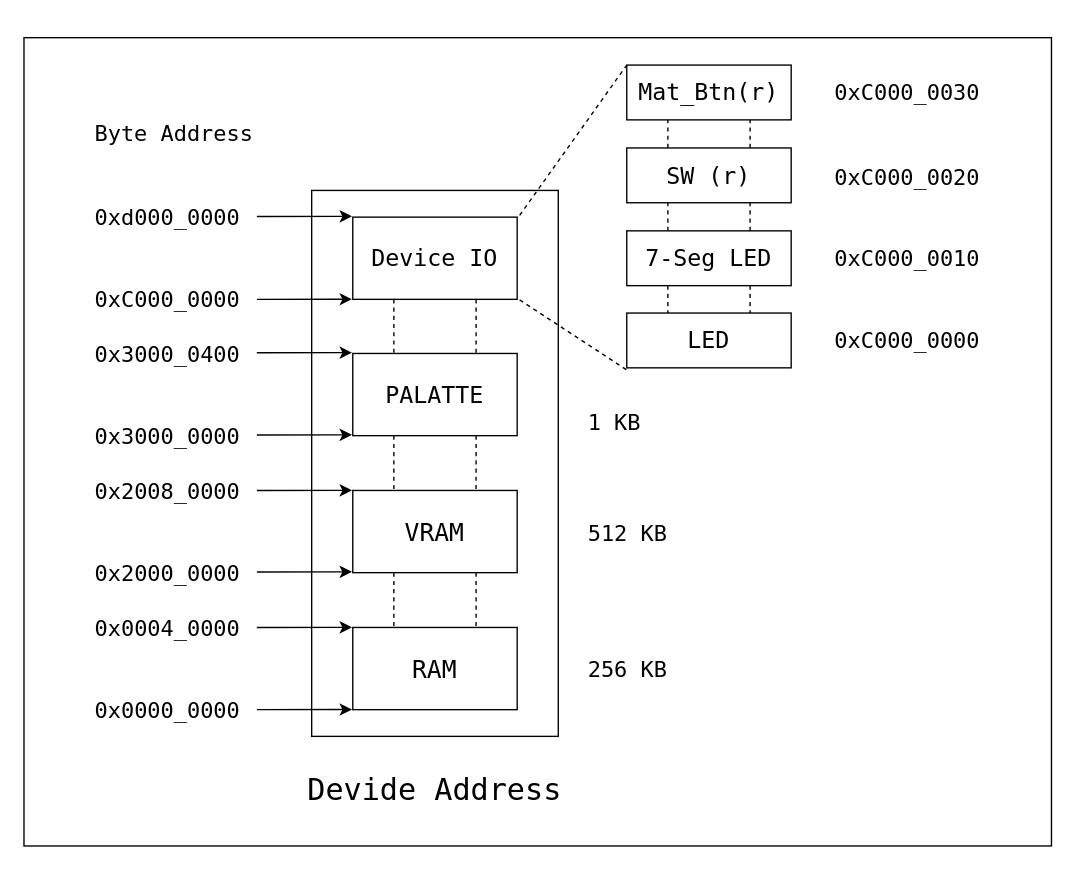
Before: img/device_addr.drawio in kzwrime/priscv, a draw.io diagram. Source tidied: cells renumbered, new cells numbered last; positions are measured from the earlier drawing's top-left corner, leaving out a move shared by most shapes. Both pictures are drawn from the tidied source at 137%, with x=0, y=0 at pixel (23, 37).
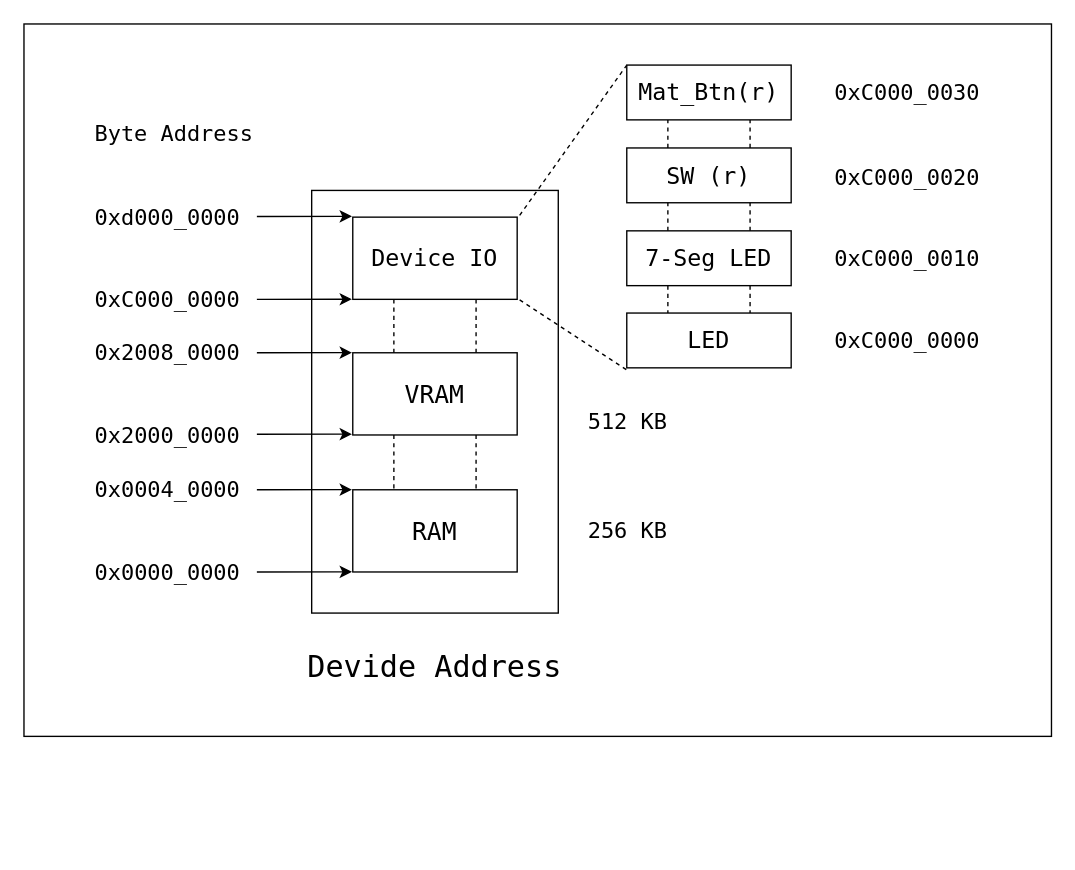
The same diagram, later.

Unchanged cells that the change refers to:
```xml
<mxCell id="10" value="Device IO" style="rounded=0;whiteSpace=wrap;html=1;fontSize=17;fontFamily=Lucida Console;" parent="1" vertex="1">
  <mxGeometry x="240" y="131" width="120" height="60" as="geometry" />
</mxCell>
```

What changed in the source:
```diff
@@
     <mxCell id="2" style="rounded=0;whiteSpace=wrap;html=1;labelBackgroundColor=none;fontColor=#f0f0f0;" parent="1" vertex="1">
-      <mxGeometry width="750" height="590" as="geometry" />
+      <mxGeometry y="-10" width="750" height="520" as="geometry" />
     </mxCell>
     <mxCell id="3" style="rounded=0;whiteSpace=wrap;html=1;fontSize=17;fillColor=none;fontFamily=Lucida Console;" parent="1" vertex="1">
-      <mxGeometry x="210" y="111.5" width="180" height="398.5" as="geometry" />
+      <mxGeometry x="210" y="111.5" width="180" height="308.5" as="geometry" />
     </mxCell>
     <mxCell id="4" value="RAM" style="rounded=0;whiteSpace=wrap;html=1;fontSize=18;fontFamily=Lucida Console;" parent="1" vertex="1">
-      <mxGeometry x="240" y="430.5" width="120" height="60" as="geometry" />
+      <mxGeometry x="240" y="330" width="120" height="60" as="geometry" />
     </mxCell>
     <mxCell id="5" value="VRAM" style="rounded=0;whiteSpace=wrap;html=1;fontSize=18;fontFamily=Lucida Console;" parent="1" vertex="1">
-      <mxGeometry x="240" y="330.5" width="120" height="60" as="geometry" />
+      <mxGeometry x="240" y="230" width="120" height="60" as="geometry" />
     </mxCell>
-    <mxCell id="6" value="PALATTE" style="rounded=0;whiteSpace=wrap;html=1;fontSize=17;fontFamily=Lucida Console;" parent="1" vertex="1">
-      <mxGeometry x="240" y="230.5" width="120" height="60" as="geometry" />
-    </mxCell>
@@
-    <mxCell id="13" style="endArrow=none;dashed=1;html=1;fontSize=17;exitX=0.25;exitY=1;exitDx=0;exitDy=0;entryX=0.25;entryY=0;entryDx=0;entryDy=0;fontFamily=Lucida Console;" parent="1" edge="1" source="6" target="5">
-      <mxGeometry relative="1" as="geometry" />
-    </mxCell>
-    <mxCell id="14" style="endArrow=none;dashed=1;html=1;fontSize=17;exitX=0.75;exitY=1;exitDx=0;exitDy=0;entryX=0.75;entryY=0;entryDx=0;entryDy=0;fontFamily=Lucida Console;" parent="1" edge="1" source="6" target="5">
-      <mxGeometry relative="1" as="geometry" />
-    </mxCell>
-    <mxCell id="15" style="endArrow=none;dashed=1;html=1;fontSize=17;exitX=0.25;exitY=1;exitDx=0;exitDy=0;entryX=0.25;entryY=0;entryDx=0;entryDy=0;fontFamily=Lucida Console;" parent="1" edge="1" source="10" target="6">
-      <mxGeometry relative="1" as="geometry" />
+    <mxCell id="15" style="endArrow=none;dashed=1;html=1;fontSize=17;exitX=0.25;exitY=1;exitDx=0;exitDy=0;entryX=0.25;entryY=0;entryDx=0;entryDy=0;fontFamily=Lucida Console;" parent="1" edge="1" source="10">
+      <mxGeometry relative="1" as="geometry">
+        <mxPoint x="270" y="230.5" as="targetPoint" />
+      </mxGeometry>
     </mxCell>
-    <mxCell id="16" style="endArrow=none;dashed=1;html=1;fontSize=17;entryX=0.75;entryY=0;entryDx=0;entryDy=0;exitX=0.75;exitY=1;exitDx=0;exitDy=0;fontFamily=Lucida Console;" parent="1" edge="1" source="10" target="6">
-      <mxGeometry relative="1" as="geometry" />
+    <mxCell id="16" style="endArrow=none;dashed=1;html=1;fontSize=17;entryX=0.75;entryY=0;entryDx=0;entryDy=0;exitX=0.75;exitY=1;exitDx=0;exitDy=0;fontFamily=Lucida Console;" parent="1" edge="1" source="10">
+      <mxGeometry relative="1" as="geometry">
+        <mxPoint x="330" y="230.5" as="targetPoint" />
+      </mxGeometry>
     </mxCell>
@@
     <mxCell id="23" value="&lt;font style=&quot;font-size: 16px&quot;&gt;0x0000_0000&lt;/font&gt;" style="text;html=1;strokeColor=none;fillColor=none;align=center;verticalAlign=middle;whiteSpace=wrap;rounded=0;fontSize=16;fontFamily=Lucida Console;" parent="1" vertex="1">
-      <mxGeometry x="20" y="480.5" width="170" height="20" as="geometry" />
+      <mxGeometry x="20" y="380" width="170" height="20" as="geometry" />
     </mxCell>
     <mxCell id="24" value="&lt;font style=&quot;font-size: 16px&quot;&gt;0x0004_0000&lt;/font&gt;" style="text;html=1;strokeColor=none;fillColor=none;align=center;verticalAlign=middle;whiteSpace=wrap;rounded=0;fontSize=16;fontFamily=Lucida Console;" parent="1" vertex="1">
-      <mxGeometry x="20" y="420.5" width="170" height="20" as="geometry" />
+      <mxGeometry x="20" y="320" width="170" height="20" as="geometry" />
     </mxCell>
     <mxCell id="25" value="&lt;font style=&quot;font-size: 16px;&quot;&gt;0x2000_0000&lt;/font&gt;" style="text;html=1;strokeColor=none;fillColor=none;align=center;verticalAlign=middle;whiteSpace=wrap;rounded=0;fontSize=16;fontFamily=Lucida Console;" parent="1" vertex="1">
-      <mxGeometry x="20" y="380.5" width="170" height="20" as="geometry" />
+      <mxGeometry x="20" y="280" width="170" height="20" as="geometry" />
     </mxCell>
     <mxCell id="26" value="&lt;font style=&quot;font-size: 16px;&quot;&gt;0x2008_0000&lt;/font&gt;" style="text;html=1;strokeColor=none;fillColor=none;align=center;verticalAlign=middle;whiteSpace=wrap;rounded=0;fontSize=16;fontFamily=Lucida Console;" parent="1" vertex="1">
-      <mxGeometry x="20" y="320.5" width="170" height="20" as="geometry" />
+      <mxGeometry x="20" y="220" width="170" height="20" as="geometry" />
     </mxCell>
-    <mxCell id="27" value="&lt;font style=&quot;font-size: 16px;&quot;&gt;0x3000_0000&lt;/font&gt;" style="text;html=1;strokeColor=none;fillColor=none;align=center;verticalAlign=middle;whiteSpace=wrap;rounded=0;fontSize=16;fontFamily=Lucida Console;" parent="1" vertex="1">
-      <mxGeometry x="20" y="280.5" width="170" height="20" as="geometry" />
-    </mxCell>
-    <mxCell id="28" value="&lt;font style=&quot;font-size: 16px;&quot;&gt;0x3000_0400&lt;/font&gt;" style="text;html=1;strokeColor=none;fillColor=none;align=center;verticalAlign=middle;whiteSpace=wrap;rounded=0;fontSize=16;fontFamily=Lucida Console;" parent="1" vertex="1">
-      <mxGeometry x="20" y="220.5" width="170" height="20" as="geometry" />
-    </mxCell>
@@
-    <mxCell id="31" style="endArrow=classic;html=1;fontSize=17;exitX=1;exitY=0.5;exitDx=0;exitDy=0;entryX=-0.005;entryY=0.998;entryDx=0;entryDy=0;entryPerimeter=0;fontFamily=Lucida Console;" parent="1" edge="1">
-      <mxGeometry relative="1" as="geometry">
-        <mxPoint x="170" y="230" as="sourcePoint" />
-        <mxPoint x="239.4" y="229.9" as="targetPoint" />
-      </mxGeometry>
-    </mxCell>
-    <mxCell id="32" style="endArrow=classic;html=1;fontSize=17;exitX=1;exitY=0.5;exitDx=0;exitDy=0;entryX=-0.005;entryY=0.998;entryDx=0;entryDy=0;entryPerimeter=0;fontFamily=Lucida Console;" parent="1" edge="1">
-      <mxGeometry relative="1" as="geometry">
-        <mxPoint x="170" y="290" as="sourcePoint" />
-        <mxPoint x="239.4" y="289.9" as="targetPoint" />
-      </mxGeometry>
-    </mxCell>
     <mxCell id="33" style="endArrow=classic;html=1;fontSize=17;exitX=1;exitY=0.5;exitDx=0;exitDy=0;entryX=-0.005;entryY=0.998;entryDx=0;entryDy=0;entryPerimeter=0;fontFamily=Lucida Console;" parent="1" edge="1">
       <mxGeometry relative="1" as="geometry">
-        <mxPoint x="170" y="330.5" as="sourcePoint" />
-        <mxPoint x="239.4" y="330.4" as="targetPoint" />
+        <mxPoint x="170" y="230" as="sourcePoint" />
+        <mxPoint x="239.4" y="229.9" as="targetPoint" />
       </mxGeometry>
     </mxCell>
     <mxCell id="34" style="endArrow=classic;html=1;fontSize=17;exitX=1;exitY=0.5;exitDx=0;exitDy=0;entryX=-0.005;entryY=0.998;entryDx=0;entryDy=0;entryPerimeter=0;fontFamily=Lucida Console;" parent="1" edge="1">
       <mxGeometry relative="1" as="geometry">
-        <mxPoint x="170" y="390" as="sourcePoint" />
-        <mxPoint x="239.4" y="389.9" as="targetPoint" />
+        <mxPoint x="170" y="289.5" as="sourcePoint" />
+        <mxPoint x="239.4" y="289.4" as="targetPoint" />
       </mxGeometry>
     </mxCell>
     <mxCell id="35" style="endArrow=classic;html=1;fontSize=17;exitX=1;exitY=0.5;exitDx=0;exitDy=0;entryX=-0.005;entryY=0.998;entryDx=0;entryDy=0;entryPerimeter=0;fontFamily=Lucida Console;" parent="1" edge="1">
       <mxGeometry relative="1" as="geometry">
-        <mxPoint x="170" y="430.5" as="sourcePoint" />
-        <mxPoint x="239.4" y="430.4" as="targetPoint" />
+        <mxPoint x="170" y="330" as="sourcePoint" />
+        <mxPoint x="239.4" y="329.9" as="targetPoint" />
       </mxGeometry>
     </mxCell>
     <mxCell id="36" style="endArrow=classic;html=1;fontSize=17;exitX=1;exitY=0.5;exitDx=0;exitDy=0;entryX=-0.005;entryY=0.998;entryDx=0;entryDy=0;entryPerimeter=0;fontFamily=Lucida Console;" parent="1" edge="1">
       <mxGeometry relative="1" as="geometry">
-        <mxPoint x="170" y="490.5" as="sourcePoint" />
-        <mxPoint x="239.4" y="490.4" as="targetPoint" />
+        <mxPoint x="170" y="390" as="sourcePoint" />
+        <mxPoint x="239.4" y="389.9" as="targetPoint" />
       </mxGeometry>
     </mxCell>
@@
     <mxCell id="39" value="&lt;font style=&quot;font-size: 16px&quot;&gt;256 KB&lt;/font&gt;" style="text;html=1;strokeColor=none;fillColor=none;align=left;verticalAlign=middle;whiteSpace=wrap;rounded=0;fontSize=16;fontFamily=Lucida Console;" parent="1" vertex="1">
-      <mxGeometry x="410" y="450.5" width="100" height="20" as="geometry" />
+      <mxGeometry x="410" y="350" width="100" height="20" as="geometry" />
     </mxCell>
     <mxCell id="40" value="&lt;font style=&quot;font-size: 16px&quot;&gt;512 KB&lt;/font&gt;" style="text;html=1;strokeColor=none;fillColor=none;align=left;verticalAlign=middle;whiteSpace=wrap;rounded=0;fontSize=16;fontFamily=Lucida Console;" parent="1" vertex="1">
-      <mxGeometry x="410" y="351.5" width="100" height="20" as="geometry" />
+      <mxGeometry x="410" y="270" width="100" height="20" as="geometry" />
     </mxCell>
-    <mxCell id="41" value="&lt;font style=&quot;font-size: 16px&quot;&gt;1 KB&lt;/font&gt;" style="text;html=1;strokeColor=none;fillColor=none;align=left;verticalAlign=middle;whiteSpace=wrap;rounded=0;fontSize=16;fontFamily=Lucida Console;" parent="1" vertex="1">
-      <mxGeometry x="410" y="270.5" width="100" height="20" as="geometry" />
-    </mxCell>
@@
     <mxCell id="46" value="&lt;font style=&quot;font-size: 22px&quot;&gt;Devide Address&lt;/font&gt;" style="text;html=1;strokeColor=none;fillColor=none;align=center;verticalAlign=middle;whiteSpace=wrap;rounded=0;fontSize=22;fontFamily=Lucida Console;" parent="1" vertex="1">
-      <mxGeometry x="180" y="540" width="240" height="20" as="geometry" />
+      <mxGeometry x="180" y="450" width="240" height="20" as="geometry" />
     </mxCell>
@@
-    <mxCell id="51" style="edgeStyle=orthogonalEdgeStyle;rounded=0;orthogonalLoop=1;jettySize=auto;html=1;exitX=0.5;exitY=1;exitDx=0;exitDy=0;" parent="1" edge="1" source="3" target="3">
-      <mxGeometry relative="1" as="geometry" />
+    <mxCell id="51" style="edgeStyle=orthogonalEdgeStyle;rounded=0;orthogonalLoop=1;jettySize=auto;html=1;exitX=0.5;exitY=1;exitDx=0;exitDy=0;" parent="1" edge="1">
+      <mxGeometry relative="1" as="geometry">
+        <mxPoint x="300" y="409.5" as="sourcePoint" />
+        <mxPoint x="300" y="409.5" as="targetPoint" />
+      </mxGeometry>
     </mxCell>
```
